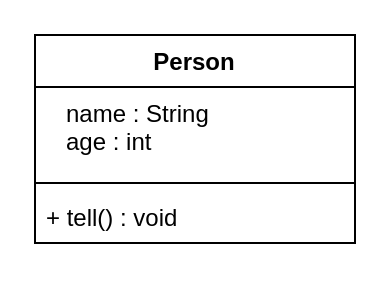
This is java-Person-uml-declaringClasses.drawio from qingyunlyp/resource, a draw.io file, before an edit. Source tidied: cells renumbered, new cells numbered last; positions are measured from the earlier drawing's top-left corner, leaving out a move shared by most shapes. Both pictures are drawn from the tidied source at 200%, with x=0, y=0 at pixel (34, 34).
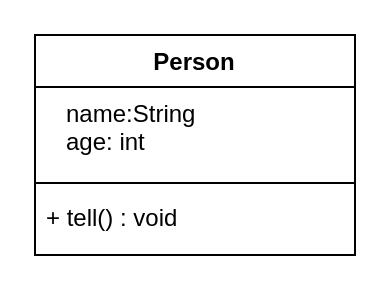
The same diagram, later.

Change to the diagram source:
```diff
@@
 <mxGraphModel>
   <root>
     <mxCell id="0" />
     <mxCell id="1" parent="0" />
     <mxCell id="2" value="Person" style="swimlane;fontStyle=1;align=center;verticalAlign=top;horizontal=1;startSize=26;whiteSpace=wrap;html=1;" parent="1" vertex="1">
-      <mxGeometry width="160" height="104" as="geometry" />
+      <mxGeometry width="160" height="110" as="geometry" />
     </mxCell>
-    <mxCell id="3" value="&lt;div&gt;&amp;nbsp; &amp;nbsp;name : String&lt;/div&gt;&lt;div&gt;&amp;nbsp; &amp;nbsp;age : int&lt;/div&gt;" style="text;strokeColor=none;fillColor=none;align=left;verticalAlign=top;spacingLeft=4;spacingRight=4;overflow=hidden;whiteSpace=wrap;html=1;" parent="2" vertex="1">
+    <mxCell id="3" value="&lt;div&gt;&amp;nbsp; &amp;nbsp;name:String&lt;/div&gt;&lt;div&gt;&amp;nbsp; &amp;nbsp;age: int&lt;/div&gt;" style="text;strokeColor=none;fillColor=none;align=left;verticalAlign=top;spacingLeft=4;spacingRight=4;overflow=hidden;whiteSpace=wrap;html=1;" parent="2" vertex="1">
       <mxGeometry y="26" width="160" height="44" as="geometry" />
     </mxCell>
     <mxCell id="4" style="line;strokeWidth=1;fillColor=none;align=left;verticalAlign=middle;spacingTop=-1;spacingLeft=3;spacingRight=3;labelPosition=right;strokeColor=inherit;" parent="2" vertex="1">
       <mxGeometry y="70" width="160" height="8" as="geometry" />
     </mxCell>
     <mxCell id="5" value="+ tell() : void&lt;div&gt;&lt;br&gt;&lt;/div&gt;" style="text;strokeColor=none;fillColor=none;align=left;verticalAlign=top;spacingLeft=4;spacingRight=4;overflow=hidden;whiteSpace=wrap;html=1;" parent="2" vertex="1">
-      <mxGeometry y="78" width="160" height="26" as="geometry" />
+      <mxGeometry y="78" width="160" height="32" as="geometry" />
     </mxCell>
   </root>
 </mxGraphModel>
```
